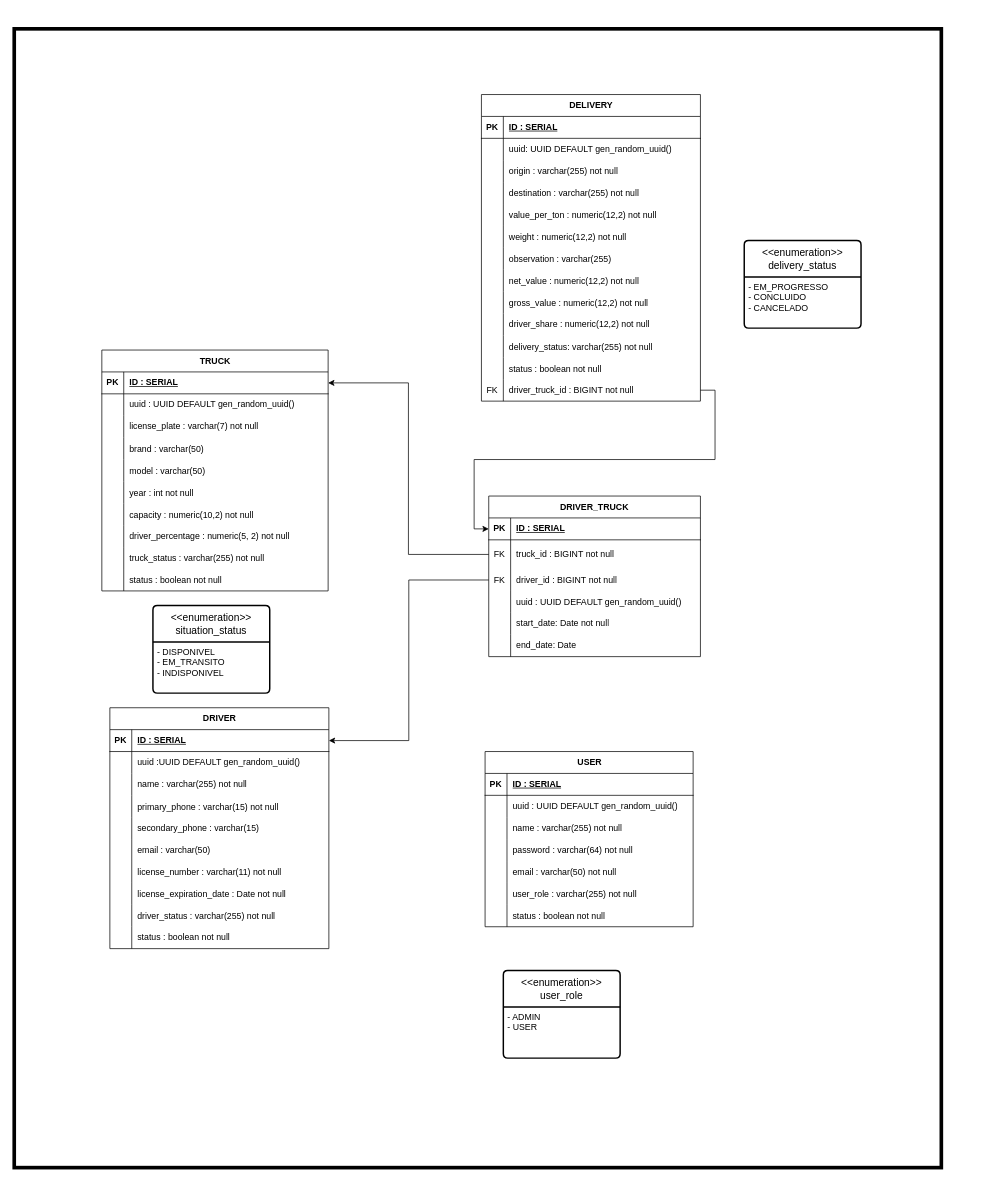
FernandoSoso/boss-api keeps this draw.io diagram as boss-api-v2.drawio. Above is the earlier version. Source tidied: cells renumbered, new cells numbered last; positions are measured from the earlier drawing's top-left corner, leaving out a move shared by most shapes. Both pictures are drawn from the tidied source at 73%, with x=0, y=0 at pixel (14, 28).
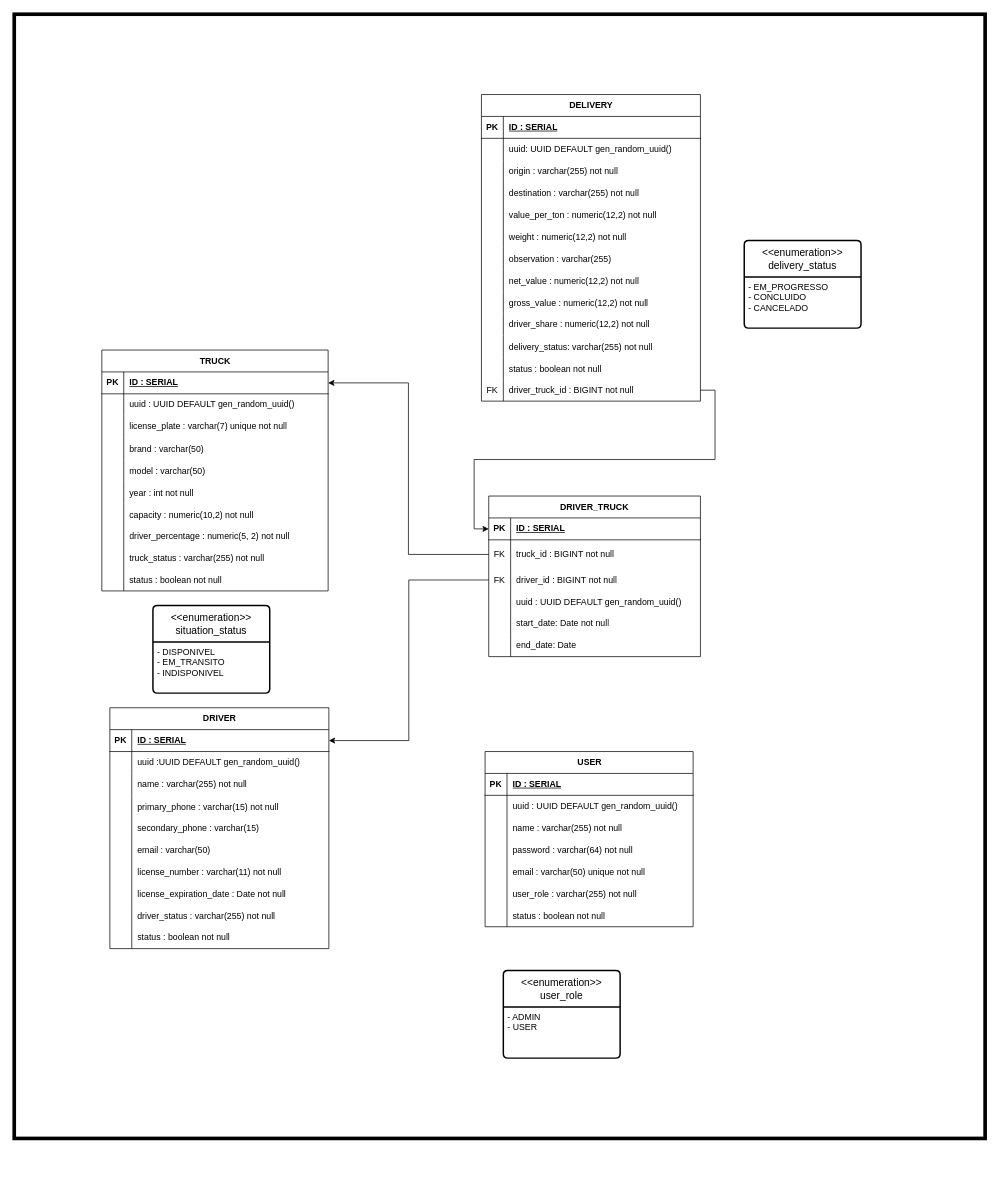
The same diagram, later.

Unchanged cells that the change refers to:
```xml
<mxCell id="59" style="shape=tableRow;horizontal=0;startSize=0;swimlaneHead=0;swimlaneBody=0;fillColor=none;top=0;left=0;right=0;bottom=0;" parent="52" vertex="1">
  <mxGeometry y="90" width="310" height="30" as="geometry" />
</mxCell>
<mxCell id="96" style="shape=tableRow;horizontal=0;startSize=0;swimlaneHead=0;swimlaneBody=0;fillColor=none;top=0;left=0;right=0;bottom=0;" parent="83" vertex="1">
  <mxGeometry y="150" width="285" height="30" as="geometry" />
</mxCell>
```

Change to the diagram source:
```diff
@@
-    <mxCell id="61" value="license_plate : varchar(7) &lt;span style=&quot;text-wrap-mode: nowrap;&quot;&gt;not null&lt;/span&gt;" style="shape=partialRectangle;fillColor=none;top=0;left=0;bottom=0;right=0;align=left;spacingLeft=6;overflow=hidden;whiteSpace=wrap;html=1;" parent="59" vertex="1">
+    <mxCell id="61" value="license_plate : varchar(7) unique&amp;nbsp;&lt;span style=&quot;text-wrap-mode: nowrap;&quot;&gt;not null&lt;/span&gt;" style="shape=partialRectangle;fillColor=none;top=0;left=0;bottom=0;right=0;align=left;spacingLeft=6;overflow=hidden;whiteSpace=wrap;html=1;" parent="59" vertex="1">
       <mxGeometry x="30" width="280" height="30" as="geometry" />
     </mxCell>
@@
-    <mxCell id="98" value="email : varchar(50) not null" style="shape=partialRectangle;fillColor=none;top=0;left=0;bottom=0;right=0;align=left;spacingLeft=6;overflow=hidden;" parent="96" vertex="1">
+    <mxCell id="98" value="email : varchar(50) unique not null" style="shape=partialRectangle;fillColor=none;top=0;left=0;bottom=0;right=0;align=left;spacingLeft=6;overflow=hidden;" parent="96" vertex="1">
       <mxGeometry x="30" width="255" height="30" as="geometry" />
     </mxCell>
@@
-    <mxCell id="154" style="rounded=0;whiteSpace=wrap;html=1;fillColor=none;strokeWidth=5;" parent="1" vertex="1">
-      <mxGeometry width="1270" height="1560" as="geometry" />
-    </mxCell>
+    <mxCell id="155" style="rounded=0;whiteSpace=wrap;html=1;fillColor=none;strokeWidth=5;" parent="1" vertex="1">
+      <mxGeometry y="-20" width="1330" height="1540" as="geometry" />
+    </mxCell>
```
